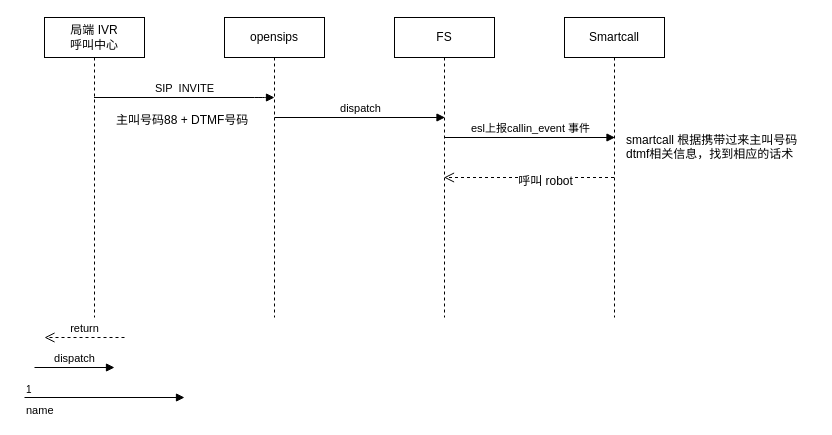
shfguan/mygit keeps this draw.io diagram as irv-ai.drawio. Above is the earlier version. Source tidied: cells renumbered, new cells numbered last; positions are measured from the earlier drawing's top-left corner, leaving out a move shared by most shapes. Both pictures are drawn from the tidied source at 100%, with x=0, y=0 at pixel (24, 17).
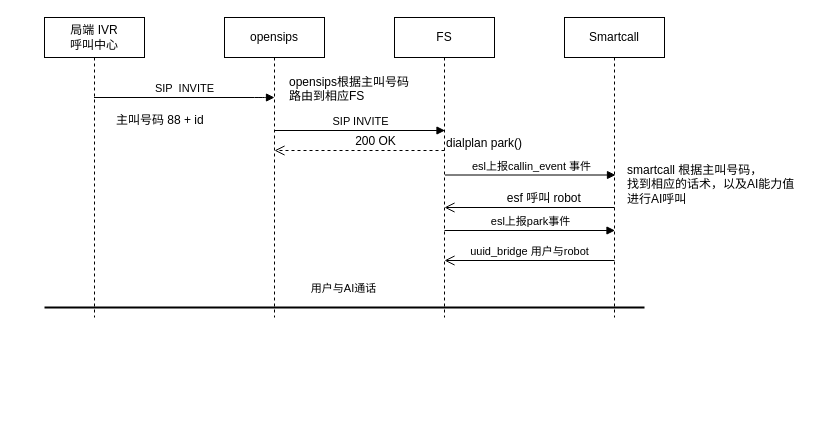
After the change.

Unchanged cells that the change refers to:
```xml
<mxCell id="2" value="FS" style="shape=umlLifeline;perimeter=lifelinePerimeter;whiteSpace=wrap;html=1;outlineConnect=0;" parent="1" vertex="1">
  <mxGeometry x="370" width="100" height="300" as="geometry" />
</mxCell>
<mxCell id="7" value="Smartcall" style="shape=umlLifeline;perimeter=lifelinePerimeter;whiteSpace=wrap;html=1;outlineConnect=0;" parent="1" vertex="1">
  <mxGeometry x="540" width="100" height="300" as="geometry" />
</mxCell>
```

What changed in the source:
```diff
@@
-    <mxCell id="6" value="dispatch" style="html=1;verticalAlign=bottom;endArrow=block;" parent="1" edge="1">
+    <mxCell id="6" value="SIP INVITE" style="html=1;verticalAlign=bottom;endArrow=block;" parent="1" edge="1">
       <mxGeometry relative="1" as="geometry">
-        <mxPoint x="250" y="100" as="sourcePoint" />
-        <mxPoint x="421" y="100" as="targetPoint" />
+        <mxPoint x="250" y="113" as="sourcePoint" />
+        <mxPoint x="421" y="113" as="targetPoint" />
         <Array as="points">
-          <mxPoint x="420.5" y="100" />
+          <mxPoint x="420.5" y="113" />
         </Array>
       </mxGeometry>
     </mxCell>
@@
     <mxCell id="8" value="esl上报callin_event 事件" style="html=1;verticalAlign=bottom;endArrow=block;" parent="1" edge="1">
       <mxGeometry relative="1" as="geometry">
-        <mxPoint x="420" y="120" as="sourcePoint" />
-        <mxPoint x="591" y="120" as="targetPoint" />
+        <mxPoint x="420.5" y="157.5" as="sourcePoint" />
+        <mxPoint x="591.5" y="157.5" as="targetPoint" />
         <Array as="points">
-          <mxPoint x="590.5" y="120" />
+          <mxPoint x="591" y="157.5" />
         </Array>
       </mxGeometry>
     </mxCell>
-    <mxCell id="9" value="主叫号码88 + DTMF号码" style="text;html=1;align=left;verticalAlign=top;spacingTop=-4;" parent="1" vertex="1">
-      <mxGeometry x="90" y="93" width="150" height="20" as="geometry" />
+    <mxCell id="9" value="主叫号码 88 + id" style="text;html=1;align=left;verticalAlign=top;spacingTop=-4;" parent="1" vertex="1">
+      <mxGeometry x="90" y="93" width="100" height="20" as="geometry" />
     </mxCell>
-    <mxCell id="10" value="return" style="html=1;verticalAlign=bottom;endArrow=open;dashed=1;endSize=8;" parent="1" edge="1">
-      <mxGeometry relative="1" as="geometry">
-        <mxPoint x="100" y="320" as="sourcePoint" />
-        <mxPoint x="20" y="320" as="targetPoint" />
-      </mxGeometry>
-    </mxCell>
-    <mxCell id="11" style="html=1;verticalAlign=bottom;endArrow=open;dashed=1;endSize=8;" parent="1" edge="1" source="7" target="2">
+    <mxCell id="11" style="html=1;verticalAlign=bottom;endArrow=open;endSize=8;" parent="1" edge="1">
       <mxGeometry relative="1" as="geometry">
+        <mxPoint x="590" y="190" as="sourcePoint" />
+        <mxPoint x="420" y="190" as="targetPoint" />
         <Array as="points">
-          <mxPoint x="510" y="160" />
+          <mxPoint x="510.5" y="190" />
         </Array>
       </mxGeometry>
     </mxCell>
-    <mxCell id="12" value="呼叫 robot" style="text;html=1;align=center;verticalAlign=middle;labelBackgroundColor=#ffffff;" parent="11" vertex="1">
+    <mxCell id="12" value="esf 呼叫 robot&amp;nbsp;" style="text;html=1;align=center;verticalAlign=middle;labelBackgroundColor=#ffffff;" parent="11" vertex="1">
       <mxGeometry x="-0.06" y="10" relative="1" as="geometry">
-        <mxPoint x="11" y="-7" as="offset" />
+        <mxPoint x="10.5" y="-20" as="offset" />
       </mxGeometry>
     </mxCell>
-    <mxCell id="13" value="smartcall 根据携带过来主叫号码&lt;br&gt;dtmf相关信息，找到相应的话术" style="text;html=1;align=left;verticalAlign=top;spacingTop=-4;" parent="1" vertex="1">
-      <mxGeometry x="600" y="113" width="190" height="30" as="geometry" />
+    <mxCell id="13" value="smartcall 根据主叫号码，&lt;br&gt;找到相应的话术，以及AI能力值&lt;br&gt;进行AI呼叫&lt;br&gt;" style="text;html=1;align=left;verticalAlign=top;spacingTop=-4;" parent="1" vertex="1">
+      <mxGeometry x="600.5" y="143" width="180" height="40" as="geometry" />
     </mxCell>
-    <mxCell id="14" value="dispatch" style="html=1;verticalAlign=bottom;endArrow=block;" parent="1" edge="1">
-      <mxGeometry relative="1" as="geometry">
-        <mxPoint x="10" y="350" as="sourcePoint" />
-        <mxPoint x="90" y="350" as="targetPoint" />
-      </mxGeometry>
-    </mxCell>
-    <mxCell id="15" value="name" style="endArrow=block;endFill=1;html=1;edgeStyle=orthogonalEdgeStyle;align=left;verticalAlign=top;" parent="1" edge="1">
-      <mxGeometry x="-1" relative="1" as="geometry">
-        <mxPoint y="380" as="sourcePoint" />
-        <mxPoint x="160" y="380" as="targetPoint" />
-      </mxGeometry>
-    </mxCell>
-    <mxCell id="16" value="1" style="html=1;align=left;verticalAlign=bottom;labelBackgroundColor=#ffffff;fontSize=10;" parent="15" vertex="1">
-      <mxGeometry x="-1" relative="1" as="geometry" />
-    </mxCell>
+    <mxCell id="17" style="html=1;verticalAlign=bottom;endArrow=open;dashed=1;endSize=8;" parent="1" edge="1">
+      <mxGeometry relative="1" as="geometry">
+        <mxPoint x="420" y="133" as="sourcePoint" />
+        <mxPoint x="250" y="133" as="targetPoint" />
+        <Array as="points">
+          <mxPoint x="340.5" y="133" />
+        </Array>
+      </mxGeometry>
+    </mxCell>
+    <mxCell id="18" value="200 OK" style="text;html=1;align=center;verticalAlign=middle;labelBackgroundColor=#ffffff;" parent="17" vertex="1">
+      <mxGeometry x="-0.06" y="10" relative="1" as="geometry">
+        <mxPoint x="10.5" y="-20" as="offset" />
+      </mxGeometry>
+    </mxCell>
+    <mxCell id="19" value="dialplan park()" style="text;html=1;align=left;verticalAlign=top;spacingTop=-4;" parent="1" vertex="1">
+      <mxGeometry x="420" y="116" width="90" height="20" as="geometry" />
+    </mxCell>
+    <mxCell id="20" value="esl上报park事件" style="html=1;verticalAlign=bottom;endArrow=block;" parent="1" edge="1">
+      <mxGeometry relative="1" as="geometry">
+        <mxPoint x="420" y="213" as="sourcePoint" />
+        <mxPoint x="591" y="213" as="targetPoint" />
+        <Array as="points">
+          <mxPoint x="590.5" y="213" />
+        </Array>
+      </mxGeometry>
+    </mxCell>
+    <mxCell id="21" value="uuid_bridge 用户与robot&lt;br&gt;" style="html=1;verticalAlign=bottom;endArrow=open;endSize=8;" parent="1" edge="1">
+      <mxGeometry relative="1" as="geometry">
+        <mxPoint x="590" y="243" as="sourcePoint" />
+        <mxPoint x="420" y="243" as="targetPoint" />
+        <Array as="points">
+          <mxPoint x="510.5" y="243" />
+        </Array>
+      </mxGeometry>
+    </mxCell>
+    <mxCell id="22" value="用户与AI通话" style="html=1;verticalAlign=bottom;endArrow=none;endFill=0;strokeWidth=2;" parent="1" edge="1">
+      <mxGeometry x="0.33" y="100" relative="1" as="geometry">
+        <mxPoint x="20" y="290" as="sourcePoint" />
+        <mxPoint x="620" y="290" as="targetPoint" />
+        <Array as="points">
+          <mxPoint x="419.5" y="290" />
+        </Array>
+        <mxPoint x="-100" y="90" as="offset" />
+      </mxGeometry>
+    </mxCell>
+    <mxCell id="23" value="opensips根据主叫号码&lt;br&gt;路由到相应FS" style="text;html=1;align=left;verticalAlign=top;spacingTop=-4;" parent="1" vertex="1">
+      <mxGeometry x="263" y="55" width="140" height="30" as="geometry" />
+    </mxCell>
```
